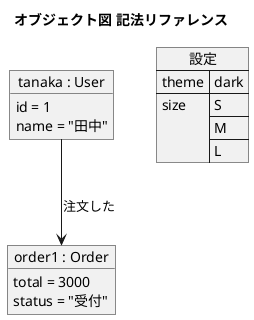
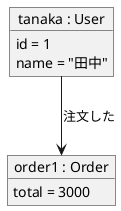
@startuml
- ' ============================================================
- '  オブジェクト図 記法リファレンス（「こう書くとこうなる」集）
- '  クラスを実体化した「ある瞬間の値」を表す。※コメントは行頭の ' のみ。
- ' ============================================================
- title オブジェクト図 記法リファレンス
- 
- ' ▼ オブジェクトはこう： object "インスタンス名 : クラス名" { 属性 = 値 }
- '   クラス図と違い、属性に「実際の値」を入れるのがポイント
object "tanaka : User" as t {
  id = 1
  name = "田中"
}
- 
object "order1 : Order" as o {
  total = 3000
-   status = "受付"
}
- 
- ' ▼ インスタンス同士のつながりはこう： -->
t --> o : 注文した
- 
- ' ▼ JSONデータを図にしたいときはこう： json 名前 { ... }
- json 設定 {
-   "theme": "dark",
-   "size": ["S", "M", "L"]
- }
- 
@enduml
